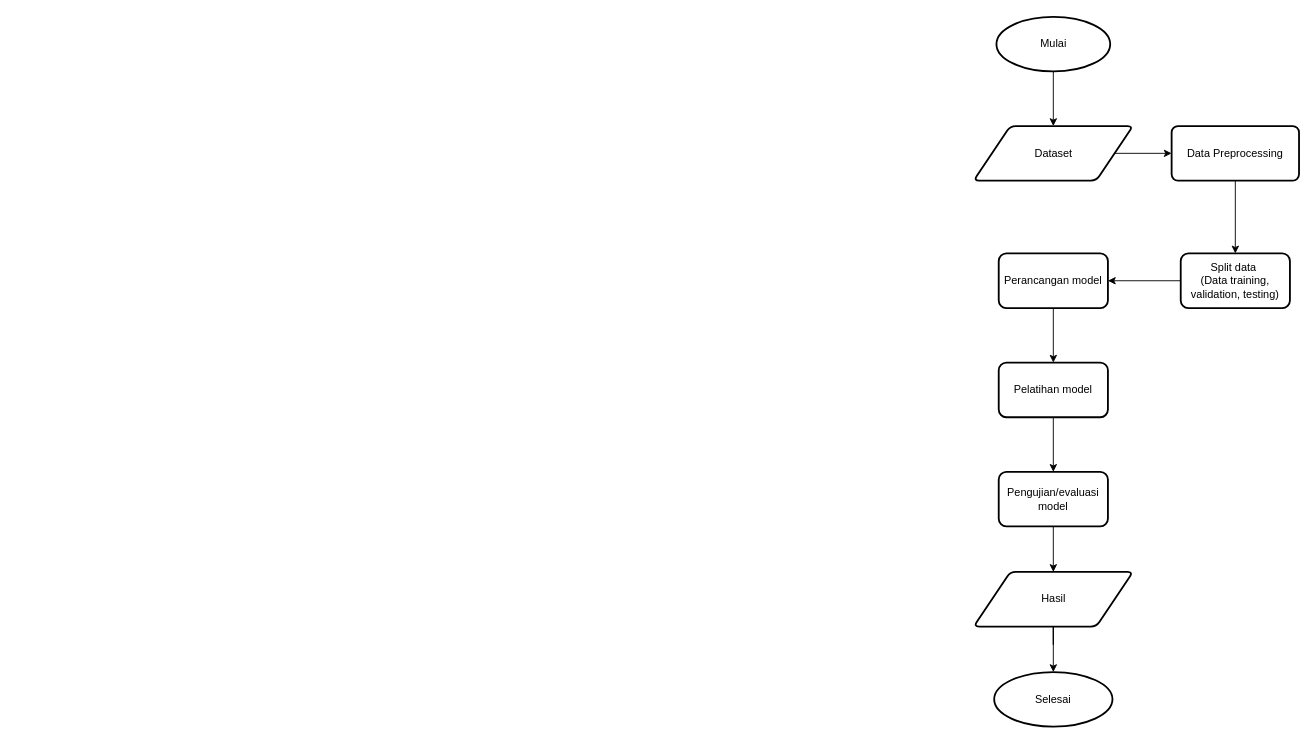
Earlier version of the draw.io diagram Untitled Diagram.drawio (meisyareptiana/design_database). Source tidied: cells renumbered, new cells numbered last; positions are measured from the earlier drawing's top-left corner, leaving out a move shared by most shapes. Both pictures are drawn from the tidied source at 91%, with x=0, y=0 at pixel (973, 16).
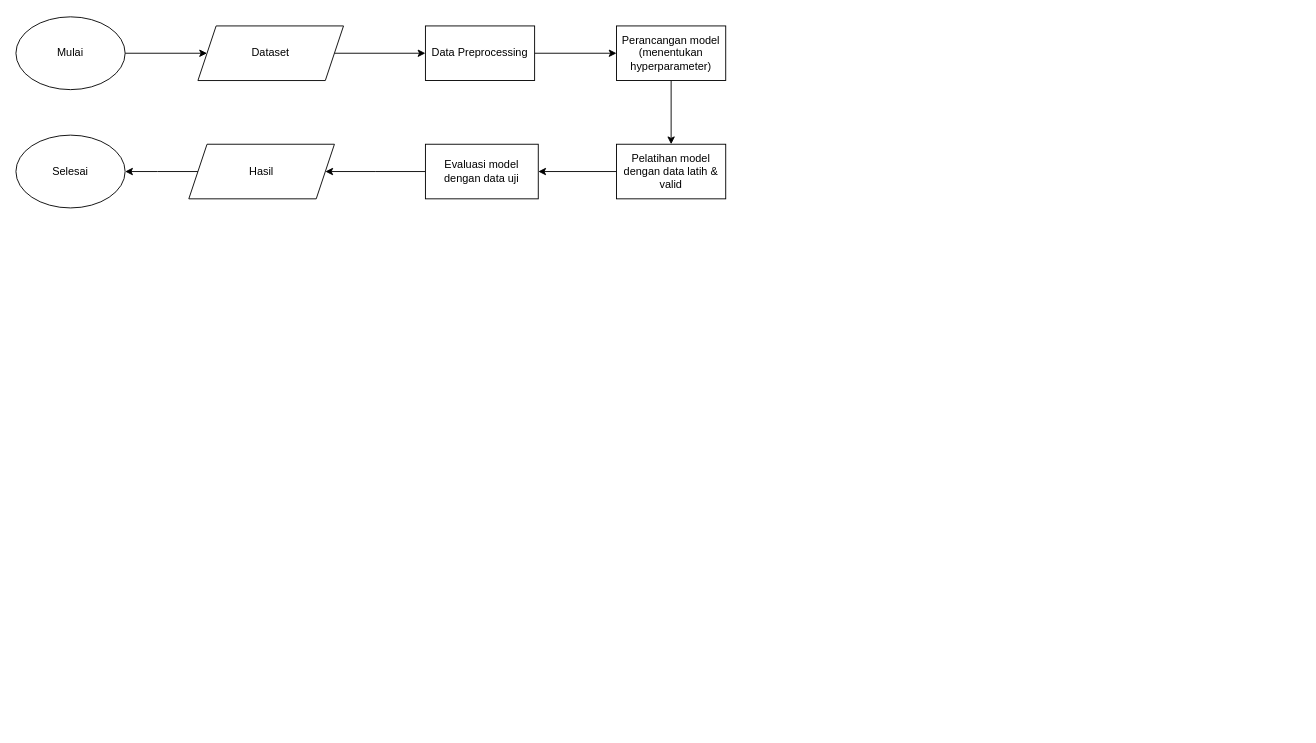
Above is the later version.

What changed in the source:
```diff
@@
-    <mxCell id="2" style="edgeStyle=orthogonalEdgeStyle;rounded=0;jettySize=auto;html=1;" parent="1" edge="1" source="3" target="5">
+    <mxCell id="2" style="edgeStyle=orthogonalEdgeStyle;rounded=0;jettySize=auto;html=1;entryX=0;entryY=0.5;entryDx=0;entryDy=0;" parent="1" edge="1" source="3" target="5">
       <mxGeometry relative="1" as="geometry" />
     </mxCell>
-    <mxCell id="3" value="Mulai" style="strokeWidth=2;html=1;shape=mxgraph.flowchart.start_1;whiteSpace=wrap;" parent="1" vertex="1">
-      <mxGeometry x="25.5" width="125" height="60" as="geometry" />
+    <mxCell id="3" value="Mulai" style="ellipse;whiteSpace=wrap;html=1;" parent="1" vertex="1">
+      <mxGeometry x="-1052" width="120" height="80" as="geometry" />
     </mxCell>
-    <mxCell id="4" style="edgeStyle=orthogonalEdgeStyle;rounded=0;jettySize=auto;html=1;" parent="1" edge="1" source="5" target="7">
+    <mxCell id="4" style="edgeStyle=orthogonalEdgeStyle;rounded=0;jettySize=auto;html=1;entryX=0;entryY=0.5;entryDx=0;entryDy=0;" parent="1" edge="1" source="5" target="7">
       <mxGeometry relative="1" as="geometry" />
     </mxCell>
-    <mxCell id="5" value="Dataset" style="shape=parallelogram;html=1;strokeWidth=2;perimeter=parallelogramPerimeter;whiteSpace=wrap;rounded=1;arcSize=12;size=0.23;" parent="1" vertex="1">
-      <mxGeometry x="0.5" y="120" width="175" height="60" as="geometry" />
+    <mxCell id="5" value="Dataset" style="shape=parallelogram;perimeter=parallelogramPerimeter;whiteSpace=wrap;html=1;fixedSize=1;" parent="1" vertex="1">
+      <mxGeometry x="-852" y="10" width="160" height="60" as="geometry" />
     </mxCell>
-    <mxCell id="6" style="edgeStyle=orthogonalEdgeStyle;rounded=0;jettySize=auto;html=1;" parent="1" edge="1" source="7" target="9">
-      <mxGeometry relative="1" as="geometry" />
-    </mxCell>
+    <mxCell id="20" style="edgeStyle=orthogonalEdgeStyle;rounded=0;jettySize=auto;html=1;entryX=0;entryY=0.5;entryDx=0;entryDy=0;" parent="1" edge="1" source="7" target="22">
+      <mxGeometry relative="1" as="geometry" />
+    </mxCell>
-    <mxCell id="7" value="Data Preprocessing" style="rounded=1;whiteSpace=wrap;html=1;absoluteArcSize=1;arcSize=14;strokeWidth=2;" parent="1" vertex="1">
-      <mxGeometry x="218" y="120" width="140" height="60" as="geometry" />
+    <mxCell id="7" value="Data Preprocessing" style="rounded=0;whiteSpace=wrap;html=1;" parent="1" vertex="1">
+      <mxGeometry x="-602" y="10" width="120" height="60" as="geometry" />
     </mxCell>
-    <mxCell id="8" style="edgeStyle=orthogonalEdgeStyle;rounded=0;jettySize=auto;html=1;" parent="1" edge="1" source="9" target="11">
-      <mxGeometry relative="1" as="geometry" />
-    </mxCell>
-    <mxCell id="9" value="Split data&amp;nbsp;&lt;div&gt;(Data training, validation, testing)&lt;/div&gt;" style="whiteSpace=wrap;html=1;rounded=1;arcSize=14;strokeWidth=2;" parent="1" vertex="1">
-      <mxGeometry x="228" y="260" width="120" height="60" as="geometry" />
-    </mxCell>
-    <mxCell id="10" style="edgeStyle=orthogonalEdgeStyle;rounded=0;jettySize=auto;html=1;" parent="1" edge="1" source="11" target="13">
-      <mxGeometry relative="1" as="geometry" />
-    </mxCell>
-    <mxCell id="11" value="Perancangan model" style="whiteSpace=wrap;html=1;rounded=1;arcSize=14;strokeWidth=2;" parent="1" vertex="1">
-      <mxGeometry x="28" y="260" width="120" height="60" as="geometry" />
-    </mxCell>
-    <mxCell id="12" style="edgeStyle=orthogonalEdgeStyle;rounded=0;jettySize=auto;html=1;" parent="1" edge="1" source="13" target="15">
-      <mxGeometry relative="1" as="geometry" />
-    </mxCell>
-    <mxCell id="13" value="Pelatihan model" style="whiteSpace=wrap;html=1;rounded=1;arcSize=14;strokeWidth=2;" parent="1" vertex="1">
-      <mxGeometry x="28" y="380" width="120" height="60" as="geometry" />
-    </mxCell>
-    <mxCell id="14" style="edgeStyle=orthogonalEdgeStyle;rounded=0;jettySize=auto;html=1;" parent="1" edge="1" source="19">
-      <mxGeometry relative="1" as="geometry">
-        <mxPoint x="88" y="650" as="targetPoint" />
-      </mxGeometry>
-    </mxCell>
-    <mxCell id="15" value="Pengujian/evaluasi model" style="whiteSpace=wrap;html=1;rounded=1;arcSize=14;strokeWidth=2;" parent="1" vertex="1">
-      <mxGeometry x="28" y="500" width="120" height="60" as="geometry" />
-    </mxCell>
-    <mxCell id="16" style="edgeStyle=orthogonalEdgeStyle;rounded=0;jettySize=auto;html=1;" parent="1" edge="1" source="19" target="17">
-      <mxGeometry relative="1" as="geometry" />
-    </mxCell>
+    <mxCell id="21" style="edgeStyle=orthogonalEdgeStyle;rounded=0;jettySize=auto;html=1;entryX=0.5;entryY=0;entryDx=0;entryDy=0;" parent="1" edge="1" source="22" target="24">
+      <mxGeometry relative="1" as="geometry" />
+    </mxCell>
+    <mxCell id="22" value="Perancangan model&lt;div&gt;(menentukan hyperparameter)&lt;/div&gt;" style="rounded=0;whiteSpace=wrap;html=1;" parent="1" vertex="1">
+      <mxGeometry x="-392" y="10" width="120" height="60" as="geometry" />
+    </mxCell>
+    <mxCell id="23" style="edgeStyle=orthogonalEdgeStyle;rounded=0;jettySize=auto;html=1;entryX=1;entryY=0.5;entryDx=0;entryDy=0;" parent="1" edge="1" source="24" target="26">
+      <mxGeometry relative="1" as="geometry" />
+    </mxCell>
+    <mxCell id="24" value="Pelatihan model dengan data latih &amp;amp; valid" style="rounded=0;whiteSpace=wrap;html=1;" parent="1" vertex="1">
+      <mxGeometry x="-392" y="140" width="120" height="60" as="geometry" />
+    </mxCell>
+    <mxCell id="25" style="edgeStyle=orthogonalEdgeStyle;rounded=0;jettySize=auto;html=1;" parent="1" edge="1" source="26">
+      <mxGeometry relative="1" as="geometry">
+        <mxPoint x="-712" y="170" as="targetPoint" />
+      </mxGeometry>
+    </mxCell>
+    <mxCell id="26" value="Evaluasi model dengan data uji" style="rounded=0;whiteSpace=wrap;html=1;" parent="1" vertex="1">
+      <mxGeometry x="-602" y="140" width="124" height="60" as="geometry" />
+    </mxCell>
+    <mxCell id="27" style="edgeStyle=orthogonalEdgeStyle;rounded=0;jettySize=auto;html=1;" parent="1" edge="1" source="19">
+      <mxGeometry relative="1" as="geometry">
+        <mxPoint x="-932" y="170" as="targetPoint" />
+      </mxGeometry>
+    </mxCell>
+    <mxCell id="19" value="Hasil" style="shape=parallelogram;perimeter=parallelogramPerimeter;whiteSpace=wrap;html=1;fixedSize=1;" parent="1" vertex="1">
+      <mxGeometry x="-862" y="140" width="160" height="60" as="geometry" />
+    </mxCell>
-    <mxCell id="17" value="Selesai" style="strokeWidth=2;html=1;shape=mxgraph.flowchart.start_1;whiteSpace=wrap;" parent="1" vertex="1">
-      <mxGeometry x="23" y="720" width="130" height="60" as="geometry" />
+    <mxCell id="17" value="Selesai" style="ellipse;whiteSpace=wrap;html=1;" parent="1" vertex="1">
+      <mxGeometry x="-1052" y="130" width="120" height="80" as="geometry" />
     </mxCell>
-    <mxCell id="18" style="edgeStyle=orthogonalEdgeStyle;rounded=0;jettySize=auto;html=1;" parent="1" edge="1" source="15" target="19">
-      <mxGeometry relative="1" as="geometry" />
-    </mxCell>
-    <mxCell id="19" value="Hasil" style="shape=parallelogram;html=1;strokeWidth=2;perimeter=parallelogramPerimeter;whiteSpace=wrap;rounded=1;arcSize=12;size=0.23;" parent="1" vertex="1">
-      <mxGeometry x="0.5" y="610" width="175" height="60" as="geometry" />
-    </mxCell>
```
